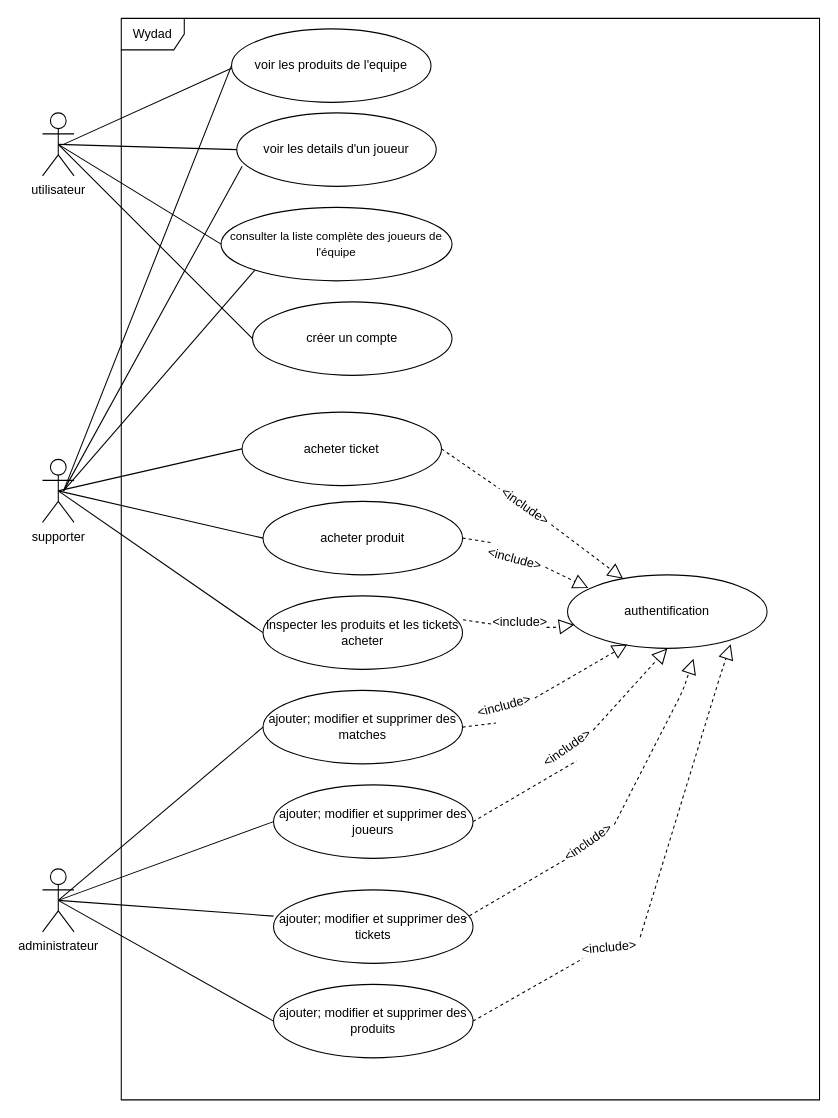
Above: DiagrammeDeCasDutilisations.drawio in salekelfahim/Wydad-Website (draw.io), before the change. Source tidied: cells renumbered, new cells numbered last; positions are measured from the earlier drawing's top-left corner, leaving out a move shared by most shapes. Both pictures are drawn from the tidied source at 105%, with x=0, y=0 at pixel (42, 18).
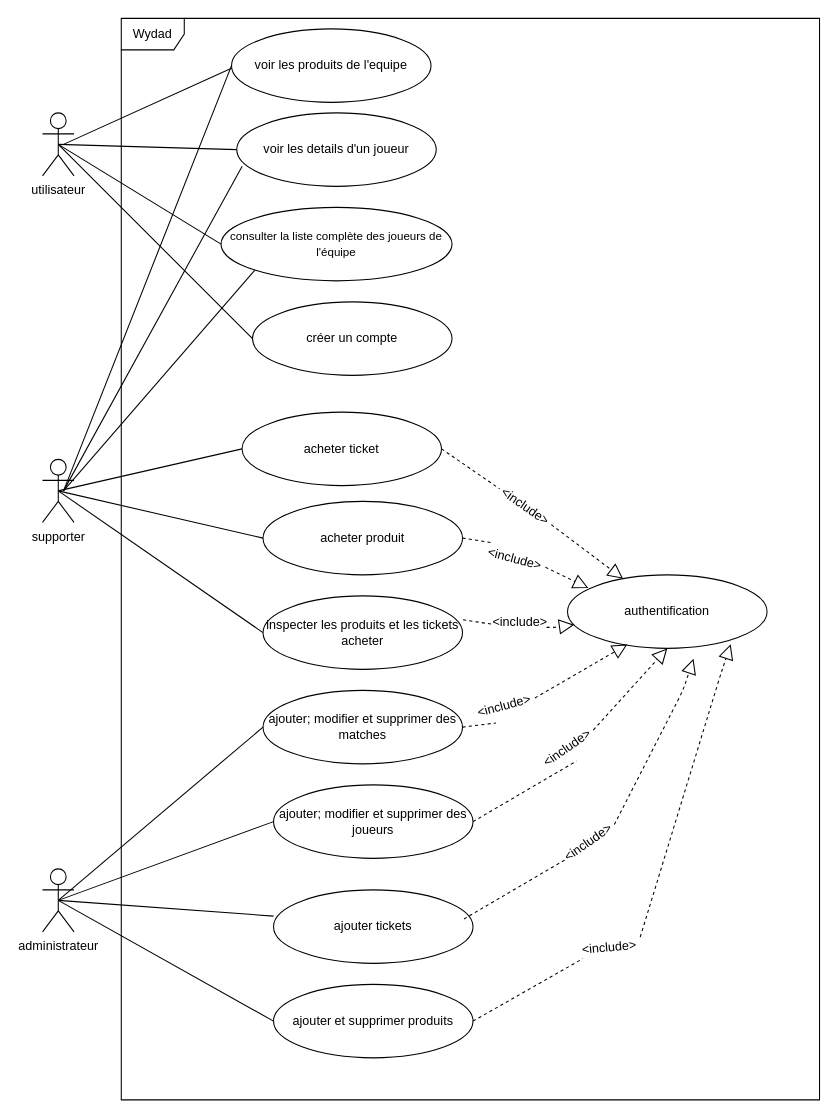
The same page after the edit.

What changed in the source:
```diff
@@
-    <mxCell id="11" value="ajouter; modifier et supprimer des produits" style="ellipse;whiteSpace=wrap;html=1;" parent="1" vertex="1">
+    <mxCell id="11" value="ajouter et supprimer produits" style="ellipse;whiteSpace=wrap;html=1;" parent="1" vertex="1">
       <mxGeometry x="220" y="920" width="190" height="70" as="geometry" />
     </mxCell>
@@
-    <mxCell id="37" value="ajouter; modifier et supprimer des tickets" style="ellipse;whiteSpace=wrap;html=1;" parent="1" vertex="1">
+    <mxCell id="37" value="ajouter tickets" style="ellipse;whiteSpace=wrap;html=1;" parent="1" vertex="1">
       <mxGeometry x="220" y="830" width="190" height="70" as="geometry" />
     </mxCell>
```
